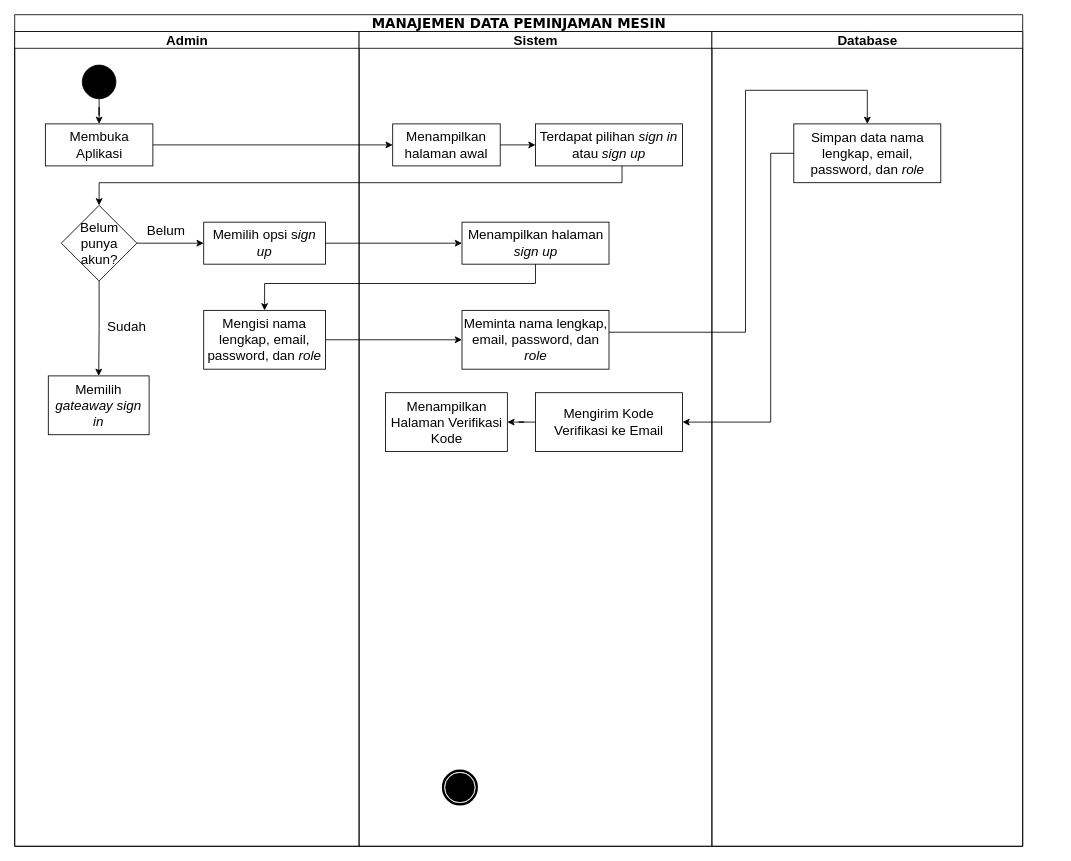
Above: Diagram Aktivitas Admin.drawio.xml in murtianggraeni/TugasAkhir_Flowchart (draw.io), before the change. Source tidied: cells renumbered, new cells numbered last; positions are measured from the earlier drawing's top-left corner, leaving out a move shared by most shapes. Both pictures are drawn from the tidied source at 84%, with x=0, y=0 at pixel (14, 14).
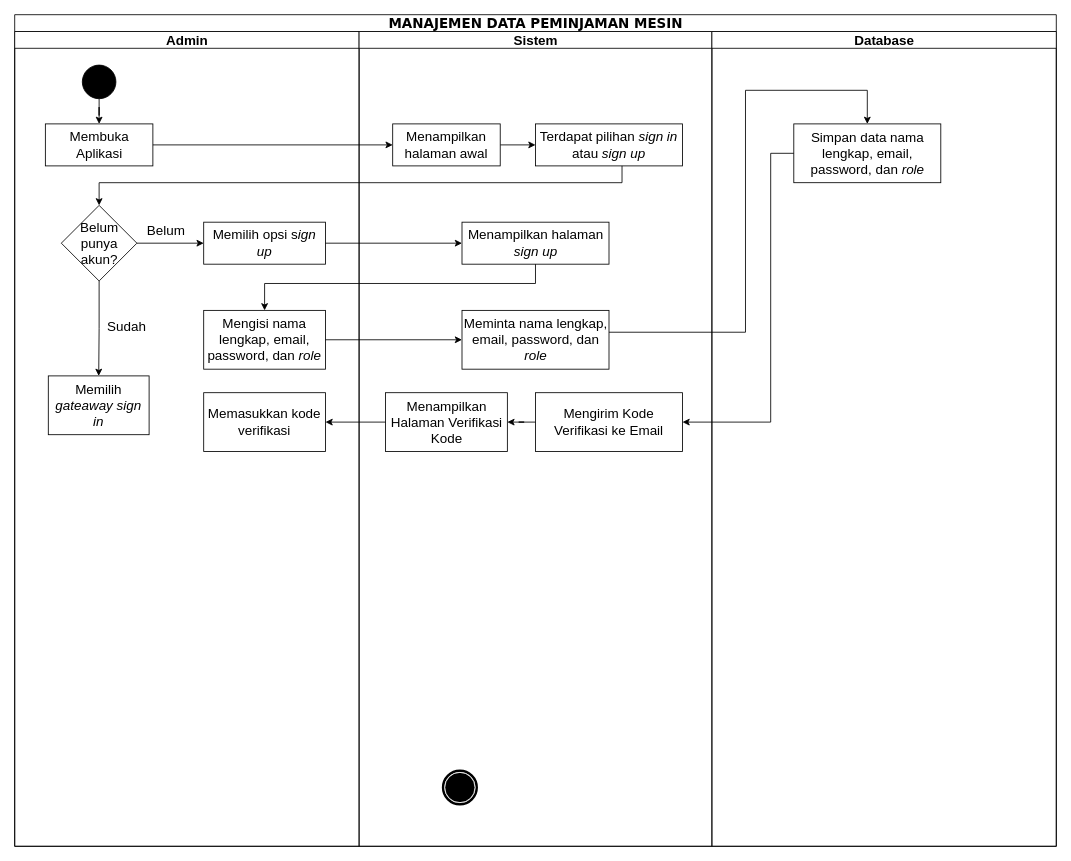
Above is the later version.

The change refers to these unchanged cells:
```xml
<mxCell id="3" value="&lt;font style=&quot;font-size: 16px;&quot;&gt;Admin&lt;/font&gt;" style="swimlane;html=1;startSize=20;" parent="2" vertex="1">
  <mxGeometry y="20" width="410" height="970" as="geometry" />
</mxCell>
<mxCell id="24" value="&lt;font style=&quot;font-size: 16px;&quot;&gt;Menampilkan Halaman Verifikasi Kode&lt;/font&gt;" style="rounded=0;whiteSpace=wrap;html=1;" parent="16" vertex="1">
  <mxGeometry x="31.5" y="430" width="145" height="70" as="geometry" />
</mxCell>
```

What changed in the source:
```diff
@@
     <mxCell id="2" value="&lt;font style=&quot;font-size: 16px;&quot;&gt;MANAJEMEN DATA PEMINJAMAN MESIN&lt;/font&gt;" style="swimlane;html=1;startSize=20;rounded=0;shadow=0;comic=0;labelBackgroundColor=none;strokeWidth=1;fontFamily=Verdana;fontSize=12;align=center;" parent="1" vertex="1">
-      <mxGeometry width="1200" height="990" as="geometry" />
+      <mxGeometry width="1240" height="990" as="geometry" />
     </mxCell>
@@
+    <mxCell id="35" value="&lt;font style=&quot;font-size: 16px;&quot;&gt;Memasukkan kode verifikasi&lt;/font&gt;" style="rounded=0;whiteSpace=wrap;html=1;" parent="3" vertex="1">
+      <mxGeometry x="225" y="430" width="145" height="70" as="geometry" />
+    </mxCell>
@@
     <mxCell id="26" value="&lt;font style=&quot;font-size: 16px;&quot;&gt;Database&lt;/font&gt;" style="swimlane;html=1;startSize=20;" parent="2" vertex="1">
-      <mxGeometry x="830" y="20" width="370" height="970" as="geometry" />
+      <mxGeometry x="830" y="20" width="410" height="970" as="geometry" />
     </mxCell>
@@
+    <mxCell id="36" style="edgeStyle=orthogonalEdgeStyle;rounded=0;jettySize=auto;html=1;entryX=1;entryY=0.5;entryDx=0;entryDy=0;" parent="2" edge="1" source="24" target="35">
+      <mxGeometry relative="1" as="geometry" />
+    </mxCell>
```
